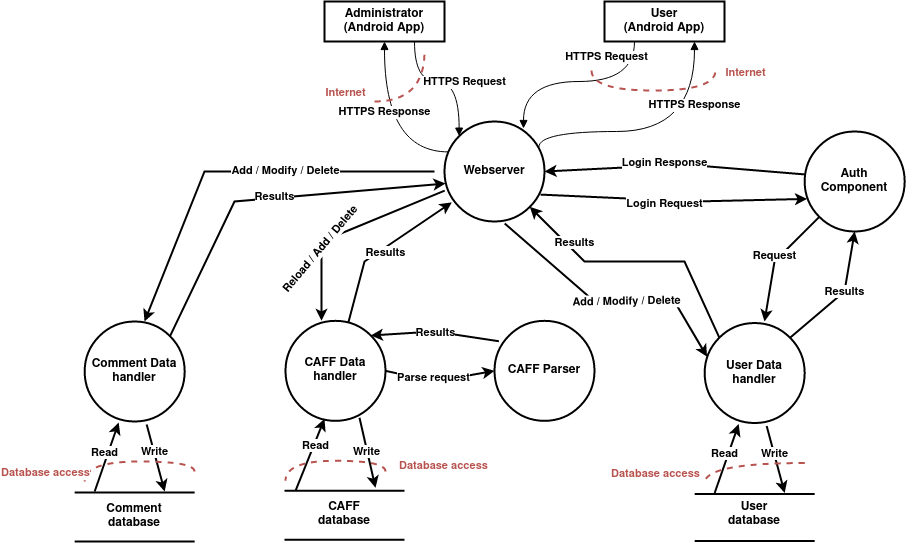
Above: Documentation/Data-flow.png in nemkrisz11/Computer-Security-Homework-2021-SHAjt (draw.io), before the change. Source tidied: cells renumbered, new cells last; positions are measured from the earlier drawing's top-left corner, leaving out a move shared by most shapes. Source of this version:
```xml
<mxGraphModel>
  <root>
    <mxCell id="0" />
    <mxCell id="1" parent="0" />
    <mxCell id="2" value="&lt;div&gt;&lt;b&gt;Webserver&lt;/b&gt;&lt;/div&gt;" style="ellipse;whiteSpace=wrap;html=1;strokeWidth=2;" parent="1" vertex="1">
      <mxGeometry x="370" y="120" width="100" height="100" as="geometry" />
    </mxCell>
    <mxCell id="3" value="&lt;div&gt;&lt;b&gt;Administrator&lt;/b&gt;&lt;/div&gt;&lt;b&gt;(Android App)&lt;/b&gt;" style="rounded=0;whiteSpace=wrap;html=1;strokeWidth=2;" parent="1" vertex="1">
      <mxGeometry x="250" width="120" height="40" as="geometry" />
    </mxCell>
    <mxCell id="4" value="&lt;div&gt;&lt;b&gt;User&lt;/b&gt;&lt;/div&gt;&lt;div&gt;&lt;b&gt;(Android App)&lt;/b&gt;&lt;/div&gt;" style="rounded=0;whiteSpace=wrap;html=1;strokeWidth=2;" parent="1" vertex="1">
      <mxGeometry x="530" width="120" height="40" as="geometry" />
    </mxCell>
    <mxCell id="5" value="&lt;div&gt;&lt;b&gt;HTTPS Request&lt;/b&gt;&lt;/div&gt;" style="html=1;verticalAlign=bottom;endArrow=block;rounded=0;edgeStyle=orthogonalEdgeStyle;exitX=0.75;exitY=1;exitDx=0;exitDy=0;entryX=0;entryY=0;entryDx=0;entryDy=0;elbow=vertical;curved=1;" parent="1" edge="1" source="3" target="2">
      <mxGeometry x="0.36" y="5" relative="1" as="geometry" />
    </mxCell>
    <mxCell id="6" value="&lt;div&gt;&lt;b&gt;HTTPS Request&lt;/b&gt;&lt;/div&gt;" style="html=1;verticalAlign=bottom;endArrow=block;rounded=0;edgeStyle=orthogonalEdgeStyle;exitX=0.25;exitY=1;exitDx=0;exitDy=0;entryX=0.79;entryY=0.07;entryDx=0;entryDy=0;elbow=vertical;curved=1;entryPerimeter=0;" parent="1" edge="1" source="4" target="2">
      <mxGeometry x="-0.31" y="-15" relative="1" as="geometry" />
    </mxCell>
    <mxCell id="7" value="&lt;div&gt;&lt;b&gt;HTTPS Response&lt;/b&gt;&lt;/div&gt;" style="html=1;verticalAlign=bottom;endArrow=block;rounded=0;edgeStyle=orthogonalEdgeStyle;curved=1;elbow=vertical;exitX=0.04;exitY=0.304;exitDx=0;exitDy=0;entryX=0.5;entryY=1;entryDx=0;entryDy=0;exitPerimeter=0;" parent="1" edge="1" source="2" target="3">
      <mxGeometry x="0.08" relative="1" as="geometry">
        <Array as="points">
          <mxPoint x="310" y="150" />
        </Array>
      </mxGeometry>
    </mxCell>
    <mxCell id="8" value="&lt;div&gt;&lt;b&gt;HTTPS Response&lt;/b&gt;&lt;/div&gt;" style="html=1;verticalAlign=bottom;endArrow=block;rounded=0;edgeStyle=orthogonalEdgeStyle;curved=1;elbow=vertical;exitX=0.944;exitY=0.256;exitDx=0;exitDy=0;entryX=0.75;entryY=1;entryDx=0;entryDy=0;exitPerimeter=0;" parent="1" edge="1" source="2" target="4">
      <mxGeometry x="0.44" relative="1" as="geometry">
        <Array as="points">
          <mxPoint x="620" y="130" />
        </Array>
      </mxGeometry>
    </mxCell>
    <mxCell id="9" value="&lt;div&gt;&lt;b&gt;Auth&lt;/b&gt;&lt;/div&gt;&lt;div&gt;&lt;b&gt; Component&lt;br&gt;&lt;/b&gt;&lt;/div&gt;" style="ellipse;whiteSpace=wrap;html=1;strokeWidth=2;" parent="1" vertex="1">
      <mxGeometry x="730.2" y="130" width="100" height="100" as="geometry" />
    </mxCell>
    <mxCell id="10" style="endArrow=none;dashed=1;html=1;strokeWidth=2;rounded=0;edgeStyle=orthogonalEdgeStyle;curved=1;elbow=vertical;fillColor=#f8cecc;strokeColor=#b85450;" parent="1" edge="1">
      <mxGeometry relative="1" as="geometry">
        <mxPoint x="300" y="100" as="sourcePoint" />
        <mxPoint x="350" y="50" as="targetPoint" />
      </mxGeometry>
    </mxCell>
    <mxCell id="11" value="&lt;font color=&quot;#B85450&quot;&gt;&lt;b&gt;Internet&lt;/b&gt;&lt;/font&gt;" style="edgeLabel;html=1;align=center;verticalAlign=middle;" parent="10" vertex="1">
      <mxGeometry x="0.32" y="14" relative="1" as="geometry">
        <mxPoint x="-66" y="6" as="offset" />
      </mxGeometry>
    </mxCell>
    <mxCell id="12" style="endArrow=none;dashed=1;html=1;strokeWidth=2;rounded=0;edgeStyle=orthogonalEdgeStyle;curved=1;elbow=vertical;fillColor=#f8cecc;strokeColor=#b85450;" parent="1" edge="1">
      <mxGeometry relative="1" as="geometry">
        <mxPoint x="517" y="69" as="sourcePoint" />
        <mxPoint x="641" y="69" as="targetPoint" />
        <Array as="points">
          <mxPoint x="517" y="89" />
          <mxPoint x="641" y="89" />
        </Array>
      </mxGeometry>
    </mxCell>
    <mxCell id="13" value="&lt;b&gt;Internet&lt;/b&gt;" style="edgeLabel;html=1;align=center;verticalAlign=middle;fontColor=#B85450;" parent="12" vertex="1">
      <mxGeometry x="0.22" y="-3" relative="1" as="geometry">
        <mxPoint x="73" y="-22" as="offset" />
      </mxGeometry>
    </mxCell>
    <mxCell id="14" value="&lt;b&gt;User Data handler&lt;br&gt;&lt;/b&gt;" style="ellipse;whiteSpace=wrap;html=1;strokeWidth=2;" parent="1" vertex="1">
      <mxGeometry x="630.2" y="321.5" width="100" height="100" as="geometry" />
    </mxCell>
    <mxCell id="15" value="&lt;b&gt;CAFF Data handler&lt;/b&gt;" style="ellipse;whiteSpace=wrap;html=1;strokeWidth=2;" parent="1" vertex="1">
      <mxGeometry x="211" y="319.3" width="100" height="100" as="geometry" />
    </mxCell>
    <mxCell id="16" value="&lt;b&gt;CAFF Parser&lt;br&gt;&lt;/b&gt;" style="ellipse;whiteSpace=wrap;html=1;strokeWidth=2;" parent="1" vertex="1">
      <mxGeometry x="420" y="319.3" width="100" height="100" as="geometry" />
    </mxCell>
    <mxCell id="17" style="endArrow=classic;html=1;rounded=0;strokeWidth=2;elbow=vertical;exitX=0.96;exitY=0.731;exitDx=0;exitDy=0;exitPerimeter=0;entryX=0.024;entryY=0.674;entryDx=0;entryDy=0;entryPerimeter=0;" parent="1" edge="1" source="2" target="9">
      <mxGeometry relative="1" as="geometry">
        <Array as="points">
          <mxPoint x="620" y="200" />
        </Array>
      </mxGeometry>
    </mxCell>
    <mxCell id="18" value="&lt;b&gt;Login Request&lt;br&gt;&lt;/b&gt;" style="edgeLabel;html=1;align=center;verticalAlign=middle;" parent="17" vertex="1">
      <mxGeometry x="0.15" y="2" relative="1" as="geometry">
        <mxPoint x="-30" y="3" as="offset" />
      </mxGeometry>
    </mxCell>
    <mxCell id="19" style="endArrow=classic;html=1;rounded=0;strokeWidth=2;elbow=vertical;exitX=0.01;exitY=0.43;exitDx=0;exitDy=0;entryX=1;entryY=0.5;entryDx=0;entryDy=0;exitPerimeter=0;" parent="1" edge="1" source="9" target="2">
      <mxGeometry relative="1" as="geometry">
        <Array as="points">
          <mxPoint x="610" y="163" />
        </Array>
      </mxGeometry>
    </mxCell>
    <mxCell id="20" value="&lt;b&gt;Login Response&lt;br&gt;&lt;/b&gt;" style="edgeLabel;html=1;align=center;verticalAlign=middle;" parent="19" vertex="1">
      <mxGeometry x="0.2" y="2" relative="1" as="geometry">
        <mxPoint x="16" y="-6" as="offset" />
      </mxGeometry>
    </mxCell>
    <mxCell id="21" style="endArrow=classic;html=1;rounded=0;strokeWidth=2;elbow=vertical;entryX=0.073;entryY=0.809;entryDx=0;entryDy=0;entryPerimeter=0;" parent="1" edge="1" source="15" target="2">
      <mxGeometry relative="1" as="geometry">
        <Array as="points">
          <mxPoint x="290" y="260" />
        </Array>
      </mxGeometry>
    </mxCell>
    <mxCell id="22" value="&lt;b&gt;Results&lt;/b&gt;" style="edgeLabel;html=1;align=center;verticalAlign=middle;fontColor=#000000;" parent="21" vertex="1">
      <mxGeometry x="0.07" y="1" relative="1" as="geometry">
        <mxPoint x="-1" y="6" as="offset" />
      </mxGeometry>
    </mxCell>
    <mxCell id="23" style="endArrow=classic;html=1;rounded=0;strokeWidth=2;elbow=vertical;exitX=0.002;exitY=0.691;exitDx=0;exitDy=0;exitPerimeter=0;entryX=0.36;entryY=0;entryDx=0;entryDy=0;entryPerimeter=0;" parent="1" edge="1" source="2" target="15">
      <mxGeometry relative="1" as="geometry">
        <Array as="points">
          <mxPoint x="247" y="240" />
        </Array>
      </mxGeometry>
    </mxCell>
    <mxCell id="24" value="&lt;b&gt;Reload / Add / Delete&lt;br&gt;&lt;/b&gt;" style="edgeLabel;html=1;align=center;verticalAlign=middle;fontColor=#000000;rotation=-50;" parent="23" vertex="1">
      <mxGeometry x="-0.19" y="1" relative="1" as="geometry">
        <mxPoint x="-45" y="25" as="offset" />
      </mxGeometry>
    </mxCell>
    <mxCell id="25" style="endArrow=classic;html=1;rounded=0;strokeWidth=2;elbow=vertical;exitX=0.602;exitY=1.021;exitDx=0;exitDy=0;exitPerimeter=0;entryX=0.024;entryY=0.337;entryDx=0;entryDy=0;entryPerimeter=0;" parent="1" edge="1" source="2" target="14">
      <mxGeometry relative="1" as="geometry">
        <Array as="points">
          <mxPoint x="520" y="300" />
          <mxPoint x="600" y="300" />
        </Array>
      </mxGeometry>
    </mxCell>
    <mxCell id="26" value="&lt;b&gt;Add / Modify / Delete&lt;br&gt;&lt;/b&gt;" style="edgeLabel;html=1;align=center;verticalAlign=middle;fontColor=#000000;rotation=-1;" parent="25" vertex="1">
      <mxGeometry x="0.14" y="-3" relative="1" as="geometry">
        <mxPoint x="1" y="-3" as="offset" />
      </mxGeometry>
    </mxCell>
    <mxCell id="27" style="endArrow=classic;html=1;rounded=0;strokeWidth=2;elbow=vertical;exitX=0;exitY=0;exitDx=0;exitDy=0;entryX=1;entryY=1;entryDx=0;entryDy=0;" parent="1" edge="1" source="14" target="2">
      <mxGeometry relative="1" as="geometry">
        <Array as="points">
          <mxPoint x="610" y="260" />
          <mxPoint x="510" y="260" />
        </Array>
      </mxGeometry>
    </mxCell>
    <mxCell id="28" value="&lt;b&gt;Results&lt;/b&gt;" style="edgeLabel;html=1;align=center;verticalAlign=middle;fontColor=#000000;rotation=0;" parent="27" vertex="1">
      <mxGeometry x="-0.15" y="-4" relative="1" as="geometry">
        <mxPoint x="-83" y="-16" as="offset" />
      </mxGeometry>
    </mxCell>
    <mxCell id="29" style="endArrow=none;html=1;rounded=0;strokeWidth=2;elbow=vertical;" parent="1" edge="1">
      <mxGeometry relative="1" as="geometry">
        <mxPoint x="620.2" y="492.5" as="sourcePoint" />
        <mxPoint x="740.2" y="492.5" as="targetPoint" />
      </mxGeometry>
    </mxCell>
    <mxCell id="30" style="endArrow=none;html=1;rounded=0;strokeWidth=2;elbow=vertical;" parent="1" edge="1">
      <mxGeometry relative="1" as="geometry">
        <mxPoint x="620.2" y="539.5" as="sourcePoint" />
        <mxPoint x="740.2" y="539.5" as="targetPoint" />
      </mxGeometry>
    </mxCell>
    <mxCell id="31" value="&lt;b&gt;User database&lt;/b&gt;" style="text;html=1;strokeColor=none;fillColor=none;align=center;verticalAlign=middle;whiteSpace=wrap;rounded=0;" parent="1" vertex="1">
      <mxGeometry x="650" y="498.3" width="60" height="30" as="geometry" />
    </mxCell>
    <mxCell id="32" style="endArrow=none;html=1;rounded=0;strokeWidth=2;elbow=vertical;" parent="1" edge="1">
      <mxGeometry relative="1" as="geometry">
        <mxPoint x="210" y="489.3" as="sourcePoint" />
        <mxPoint x="330" y="489.3" as="targetPoint" />
      </mxGeometry>
    </mxCell>
    <mxCell id="33" style="endArrow=none;html=1;rounded=0;strokeWidth=2;elbow=vertical;" parent="1" edge="1">
      <mxGeometry relative="1" as="geometry">
        <mxPoint x="210" y="538.3" as="sourcePoint" />
        <mxPoint x="330" y="538.3" as="targetPoint" />
      </mxGeometry>
    </mxCell>
    <mxCell id="34" value="&lt;b&gt;CAFF database&lt;/b&gt;" style="text;html=1;strokeColor=none;fillColor=none;align=center;verticalAlign=middle;whiteSpace=wrap;rounded=0;" parent="1" vertex="1">
      <mxGeometry x="240" y="498.3" width="60" height="30" as="geometry" />
    </mxCell>
    <mxCell id="35" style="endArrow=classic;html=1;rounded=0;strokeWidth=2;elbow=vertical;entryX=0.34;entryY=1.01;entryDx=0;entryDy=0;entryPerimeter=0;" parent="1" edge="1" target="14">
      <mxGeometry relative="1" as="geometry">
        <mxPoint x="640.2" y="491.5" as="sourcePoint" />
      </mxGeometry>
    </mxCell>
    <mxCell id="36" value="&lt;b&gt;Read&lt;/b&gt;" style="edgeLabel;html=1;align=center;verticalAlign=middle;" parent="35" vertex="1">
      <mxGeometry x="0.4" y="-1" relative="1" as="geometry">
        <mxPoint x="-8" y="8" as="offset" />
      </mxGeometry>
    </mxCell>
    <mxCell id="37" style="endArrow=classic;html=1;rounded=0;strokeWidth=2;elbow=vertical;exitX=0.62;exitY=1.03;exitDx=0;exitDy=0;exitPerimeter=0;fontStyle=1;" parent="1" edge="1" source="14">
      <mxGeometry relative="1" as="geometry">
        <mxPoint x="710.2" y="491.5" as="targetPoint" />
      </mxGeometry>
    </mxCell>
    <mxCell id="38" value="&lt;div&gt;&lt;b&gt;Write&lt;/b&gt;&lt;/div&gt;" style="edgeLabel;html=1;align=center;verticalAlign=middle;" parent="37" vertex="1">
      <mxGeometry x="-0.61" relative="1" as="geometry">
        <mxPoint x="4" y="13" as="offset" />
      </mxGeometry>
    </mxCell>
    <mxCell id="39" style="endArrow=classic;html=1;rounded=0;strokeWidth=2;elbow=vertical;entryX=0.39;entryY=0.98;entryDx=0;entryDy=0;entryPerimeter=0;" parent="1" edge="1" target="15">
      <mxGeometry relative="1" as="geometry">
        <mxPoint x="221" y="489.3" as="sourcePoint" />
      </mxGeometry>
    </mxCell>
    <mxCell id="40" value="&lt;div&gt;&lt;b&gt;Read&lt;/b&gt;&lt;/div&gt;" style="edgeLabel;html=1;align=center;verticalAlign=middle;" parent="39" vertex="1">
      <mxGeometry x="0.24" y="3" relative="1" as="geometry">
        <mxPoint x="4" as="offset" />
      </mxGeometry>
    </mxCell>
    <mxCell id="41" value="&lt;b&gt;Write&lt;/b&gt;" style="endArrow=classic;html=1;rounded=0;strokeWidth=2;elbow=vertical;exitX=0.74;exitY=0.97;exitDx=0;exitDy=0;exitPerimeter=0;" parent="1" edge="1" source="15">
      <mxGeometry x="-0.07" y="-2" relative="1" as="geometry">
        <mxPoint x="301" y="486.3" as="targetPoint" />
        <mxPoint x="1" as="offset" />
      </mxGeometry>
    </mxCell>
    <mxCell id="42" style="endArrow=none;dashed=1;html=1;strokeWidth=2;rounded=0;edgeStyle=orthogonalEdgeStyle;curved=1;elbow=vertical;fillColor=#f8cecc;strokeColor=#b85450;" parent="1" edge="1">
      <mxGeometry relative="1" as="geometry">
        <mxPoint x="730.2" y="461.5" as="sourcePoint" />
        <mxPoint x="630.2" y="481.5" as="targetPoint" />
        <Array as="points">
          <mxPoint x="630.2" y="461.5" />
        </Array>
      </mxGeometry>
    </mxCell>
    <mxCell id="43" value="&lt;b&gt;Database access&lt;br&gt;&lt;/b&gt;" style="edgeLabel;html=1;align=center;verticalAlign=middle;fontColor=#B85450;" parent="42" vertex="1">
      <mxGeometry x="0.02" y="3" relative="1" as="geometry">
        <mxPoint x="-89" y="7" as="offset" />
      </mxGeometry>
    </mxCell>
    <mxCell id="44" style="endArrow=none;dashed=1;html=1;strokeWidth=2;rounded=0;edgeStyle=orthogonalEdgeStyle;curved=1;elbow=vertical;fillColor=#f8cecc;strokeColor=#b85450;" parent="1" edge="1">
      <mxGeometry relative="1" as="geometry">
        <mxPoint x="311" y="470" as="sourcePoint" />
        <mxPoint x="211" y="479.3" as="targetPoint" />
        <Array as="points">
          <mxPoint x="211" y="459.3" />
        </Array>
      </mxGeometry>
    </mxCell>
    <mxCell id="45" value="&lt;b&gt;Database access&lt;br&gt;&lt;/b&gt;" style="edgeLabel;html=1;align=center;verticalAlign=middle;fontColor=#B85450;" parent="44" vertex="1">
      <mxGeometry x="-0.47" y="4" relative="1" as="geometry">
        <mxPoint x="82" as="offset" />
      </mxGeometry>
    </mxCell>
    <mxCell id="46" value="&lt;b&gt;Comment Data handler&lt;/b&gt;" style="ellipse;whiteSpace=wrap;html=1;strokeWidth=2;" parent="1" vertex="1">
      <mxGeometry x="10.2" y="320" width="100" height="100" as="geometry" />
    </mxCell>
    <mxCell id="47" style="endArrow=none;html=1;rounded=0;strokeWidth=2;elbow=vertical;" parent="1" edge="1">
      <mxGeometry relative="1" as="geometry">
        <mxPoint x="0.2" y="491" as="sourcePoint" />
        <mxPoint x="120.2" y="491" as="targetPoint" />
      </mxGeometry>
    </mxCell>
    <mxCell id="48" style="endArrow=none;html=1;rounded=0;strokeWidth=2;elbow=vertical;" parent="1" edge="1">
      <mxGeometry relative="1" as="geometry">
        <mxPoint x="0.2" y="540" as="sourcePoint" />
        <mxPoint x="120.2" y="540" as="targetPoint" />
      </mxGeometry>
    </mxCell>
    <mxCell id="49" value="&lt;b&gt;Comment database&lt;/b&gt;" style="text;html=1;strokeColor=none;fillColor=none;align=center;verticalAlign=middle;whiteSpace=wrap;rounded=0;" parent="1" vertex="1">
      <mxGeometry x="30.2" y="500" width="60" height="30" as="geometry" />
    </mxCell>
    <mxCell id="50" style="endArrow=classic;html=1;rounded=0;strokeWidth=2;elbow=vertical;entryX=0.34;entryY=1.01;entryDx=0;entryDy=0;entryPerimeter=0;" parent="1" edge="1" target="46">
      <mxGeometry relative="1" as="geometry">
        <mxPoint x="20.2" y="490" as="sourcePoint" />
      </mxGeometry>
    </mxCell>
    <mxCell id="51" value="&lt;b&gt;Read&lt;/b&gt;" style="edgeLabel;html=1;align=center;verticalAlign=middle;" parent="50" vertex="1">
      <mxGeometry x="0.4" y="-1" relative="1" as="geometry">
        <mxPoint x="-8" y="8" as="offset" />
      </mxGeometry>
    </mxCell>
    <mxCell id="52" style="endArrow=classic;html=1;rounded=0;strokeWidth=2;elbow=vertical;exitX=0.62;exitY=1.03;exitDx=0;exitDy=0;exitPerimeter=0;fontStyle=1;" parent="1" edge="1" source="46">
      <mxGeometry relative="1" as="geometry">
        <mxPoint x="90.2" y="490" as="targetPoint" />
      </mxGeometry>
    </mxCell>
    <mxCell id="53" value="&lt;div&gt;&lt;b&gt;Write&lt;/b&gt;&lt;/div&gt;" style="edgeLabel;html=1;align=center;verticalAlign=middle;" parent="52" vertex="1">
      <mxGeometry x="-0.61" relative="1" as="geometry">
        <mxPoint x="4" y="13" as="offset" />
      </mxGeometry>
    </mxCell>
    <mxCell id="54" style="endArrow=none;dashed=1;html=1;strokeWidth=2;rounded=0;edgeStyle=orthogonalEdgeStyle;curved=1;elbow=vertical;fillColor=#f8cecc;strokeColor=#b85450;" parent="1" edge="1">
      <mxGeometry relative="1" as="geometry">
        <mxPoint x="120" y="470" as="sourcePoint" />
        <mxPoint x="10.2" y="480" as="targetPoint" />
        <Array as="points">
          <mxPoint x="10.2" y="460" />
        </Array>
      </mxGeometry>
    </mxCell>
    <mxCell id="55" value="&lt;b&gt;Database access&lt;br&gt;&lt;/b&gt;" style="edgeLabel;html=1;align=center;verticalAlign=middle;fontColor=#B85450;" parent="54" vertex="1">
      <mxGeometry x="0.02" y="3" relative="1" as="geometry">
        <mxPoint x="-89" y="7" as="offset" />
      </mxGeometry>
    </mxCell>
    <mxCell id="56" style="endArrow=classic;html=1;rounded=0;strokeWidth=2;elbow=vertical;" parent="1" edge="1">
      <mxGeometry relative="1" as="geometry">
        <mxPoint x="360" y="170" as="sourcePoint" />
        <mxPoint x="70" y="320" as="targetPoint" />
        <Array as="points">
          <mxPoint x="130" y="170" />
        </Array>
      </mxGeometry>
    </mxCell>
    <mxCell id="57" value="&lt;b&gt;Add / Modify / Delete&lt;/b&gt;" style="edgeLabel;html=1;align=center;verticalAlign=middle;fontColor=#000000;" parent="56" vertex="1">
      <mxGeometry x="0.35" relative="1" as="geometry">
        <mxPoint x="93" y="-33" as="offset" />
      </mxGeometry>
    </mxCell>
    <mxCell id="58" style="endArrow=classic;html=1;rounded=0;fontColor=#B85450;strokeWidth=2;elbow=vertical;exitX=1;exitY=0;exitDx=0;exitDy=0;entryX=0.01;entryY=0.62;entryDx=0;entryDy=0;entryPerimeter=0;" parent="1" edge="1" source="46" target="2">
      <mxGeometry relative="1" as="geometry">
        <Array as="points">
          <mxPoint x="160" y="200" />
        </Array>
      </mxGeometry>
    </mxCell>
    <mxCell id="59" value="&lt;b&gt;Results&lt;/b&gt;" style="edgeLabel;html=1;align=center;verticalAlign=middle;fontColor=#000000;" parent="58" vertex="1">
      <mxGeometry x="-0.3" y="-1" relative="1" as="geometry">
        <mxPoint x="49" y="-27" as="offset" />
      </mxGeometry>
    </mxCell>
    <mxCell id="60" style="endArrow=classic;html=1;rounded=0;fontColor=#000000;strokeWidth=2;elbow=vertical;exitX=1;exitY=0;exitDx=0;exitDy=0;entryX=0.5;entryY=1;entryDx=0;entryDy=0;" parent="1" edge="1" source="14" target="9">
      <mxGeometry relative="1" as="geometry">
        <Array as="points">
          <mxPoint x="770" y="290" />
        </Array>
      </mxGeometry>
    </mxCell>
    <mxCell id="61" value="&lt;b&gt;Results&lt;/b&gt;" style="edgeLabel;html=1;align=center;verticalAlign=middle;fontColor=#000000;" parent="60" vertex="1">
      <mxGeometry x="-0.14" y="-3" relative="1" as="geometry">
        <mxPoint x="9" y="-12" as="offset" />
      </mxGeometry>
    </mxCell>
    <mxCell id="62" style="endArrow=classic;html=1;rounded=0;fontColor=#000000;strokeWidth=2;elbow=vertical;exitX=0;exitY=1;exitDx=0;exitDy=0;" parent="1" edge="1" source="9">
      <mxGeometry relative="1" as="geometry">
        <mxPoint x="690" y="320" as="targetPoint" />
        <Array as="points">
          <mxPoint x="700" y="260" />
        </Array>
      </mxGeometry>
    </mxCell>
    <mxCell id="63" value="&lt;b&gt;Request&lt;/b&gt;" style="edgeLabel;html=1;align=center;verticalAlign=middle;fontColor=#000000;" parent="62" vertex="1">
      <mxGeometry x="-0.21" y="5" relative="1" as="geometry">
        <mxPoint x="-14" as="offset" />
      </mxGeometry>
    </mxCell>
    <mxCell id="64" style="endArrow=classic;html=1;rounded=0;fontColor=#000000;strokeWidth=2;elbow=vertical;entryX=1;entryY=0;entryDx=0;entryDy=0;exitX=0.044;exitY=0.204;exitDx=0;exitDy=0;exitPerimeter=0;" parent="1" edge="1" source="16" target="15">
      <mxGeometry relative="1" as="geometry">
        <Array as="points">
          <mxPoint x="360" y="330" />
        </Array>
      </mxGeometry>
    </mxCell>
    <mxCell id="65" value="&lt;b&gt;Results&lt;/b&gt;" style="edgeLabel;html=1;align=center;verticalAlign=middle;fontColor=#000000;" parent="64" vertex="1">
      <mxGeometry x="0.12" y="1" relative="1" as="geometry">
        <mxPoint x="7" y="-1" as="offset" />
      </mxGeometry>
    </mxCell>
    <mxCell id="66" style="endArrow=classic;html=1;rounded=0;fontColor=#000000;strokeWidth=2;elbow=vertical;exitX=1;exitY=0.5;exitDx=0;exitDy=0;entryX=0;entryY=0.5;entryDx=0;entryDy=0;" parent="1" edge="1" source="15" target="16">
      <mxGeometry relative="1" as="geometry">
        <Array as="points">
          <mxPoint x="360" y="380" />
        </Array>
      </mxGeometry>
    </mxCell>
    <mxCell id="67" value="&lt;b&gt;Parse request&lt;br&gt;&lt;/b&gt;" style="edgeLabel;html=1;align=center;verticalAlign=middle;fontColor=#000000;" parent="66" vertex="1">
      <mxGeometry x="-0.3" y="3" relative="1" as="geometry">
        <mxPoint x="9" y="1" as="offset" />
      </mxGeometry>
    </mxCell>
  </root>
</mxGraphModel>
```
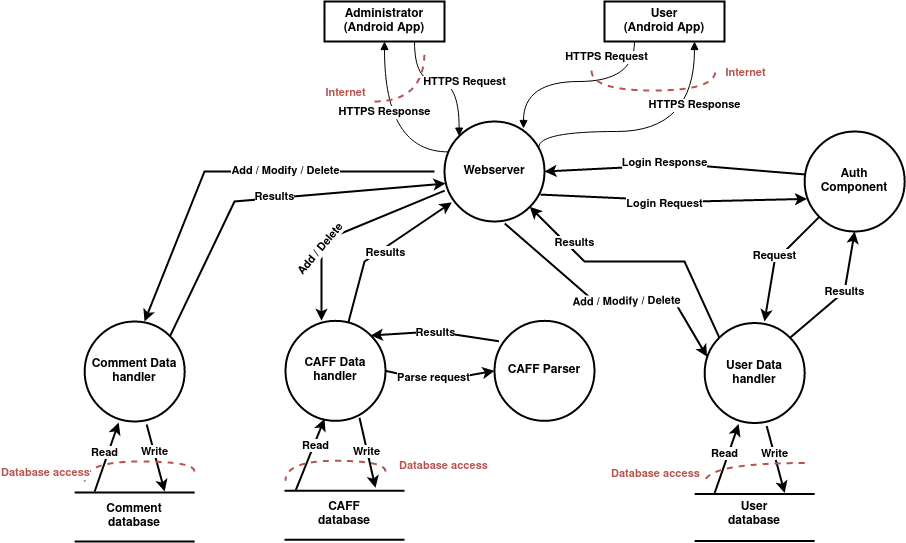
Later version of the same file.

Diff of the diagram source:
```diff
@@ -112,7 +112,7 @@
         </Array>
       </mxGeometry>
     </mxCell>
-    <mxCell id="24" value="&lt;b&gt;Reload / Add / Delete&lt;br&gt;&lt;/b&gt;" style="edgeLabel;html=1;align=center;verticalAlign=middle;fontColor=#000000;rotation=-50;" parent="23" vertex="1">
+    <mxCell id="24" value="&lt;b&gt;Add / Delete&lt;br&gt;&lt;/b&gt;" style="edgeLabel;html=1;align=center;verticalAlign=middle;fontColor=#000000;rotation=-50;" parent="23" vertex="1">
       <mxGeometry x="-0.19" y="1" relative="1" as="geometry">
         <mxPoint x="-45" y="25" as="offset" />
       </mxGeometry>
```
